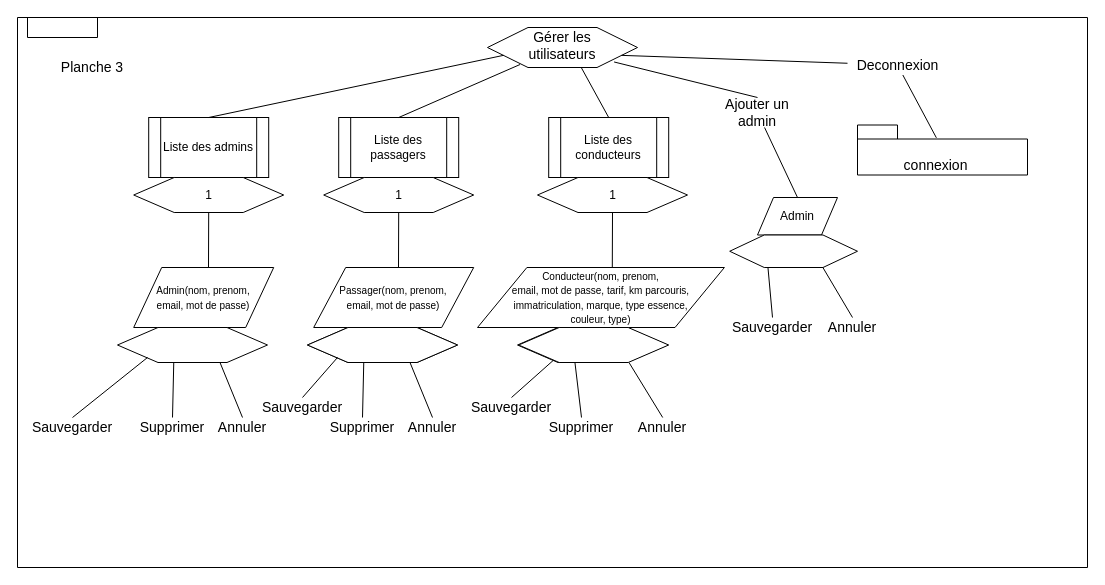
Earlier version of the draw.io diagram gestion_de_projet/sni/Page-admin.drawio (mboultoureau/utaxi). Source tidied: cells renumbered, new cells numbered last; positions are measured from the earlier drawing's top-left corner, leaving out a move shared by most shapes. Both pictures are drawn from the tidied source at 100%, with x=0, y=0 at pixel (17, 17).
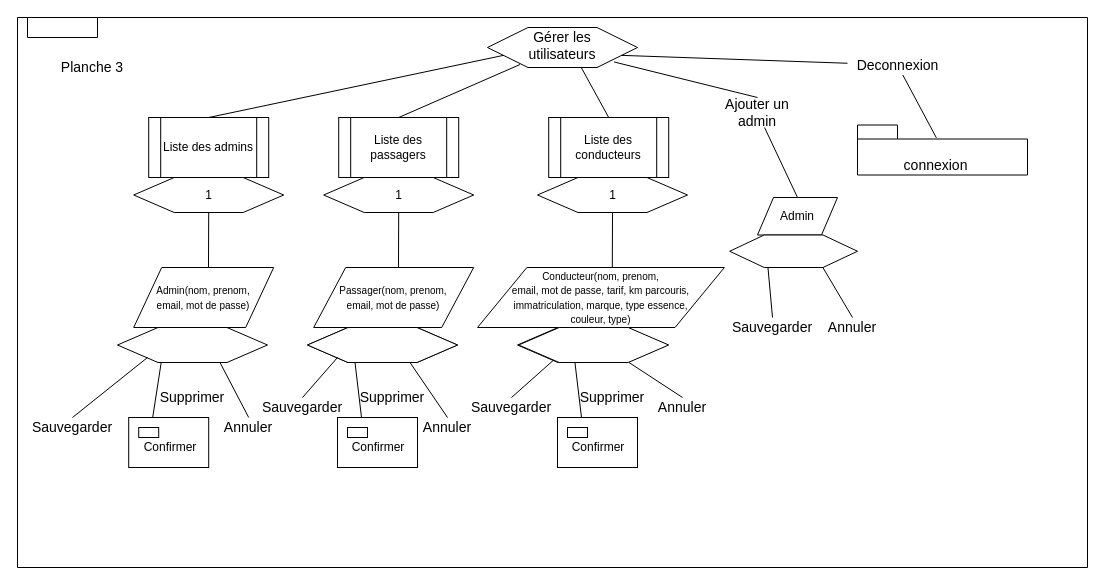
The same diagram, later.

Commit message:
mise a jour du sni page admin

Unchanged cells that the change refers to:
```xml
<mxCell id="21" style="verticalLabelPosition=bottom;verticalAlign=top;html=1;shape=hexagon;perimeter=hexagonPerimeter2;arcSize=6;size=0.27;" parent="20" vertex="1">
  <mxGeometry width="150" height="35" as="geometry" />
</mxCell>
<mxCell id="25" style="verticalLabelPosition=bottom;verticalAlign=top;html=1;shape=hexagon;perimeter=hexagonPerimeter2;arcSize=6;size=0.27;" parent="24" vertex="1">
  <mxGeometry width="150" height="35" as="geometry" />
</mxCell>
<mxCell id="32" style="group;" parent="1" vertex="1">
  <mxGeometry x="500" y="310" width="180.2" height="110" as="geometry" />
</mxCell>
<mxCell id="40" style="verticalLabelPosition=bottom;verticalAlign=top;html=1;shape=hexagon;perimeter=hexagonPerimeter2;arcSize=6;size=0.27;" parent="39" vertex="1">
  <mxGeometry width="150" height="35" as="geometry" />
</mxCell>
```

Change to the diagram source:
```diff
@@
     <mxCell id="22" style="group;" parent="1" vertex="1">
-      <mxGeometry x="290" y="310" width="171.2" height="110" as="geometry" />
+      <mxGeometry x="290" y="310" width="171.2" height="140" as="geometry" />
     </mxCell>
@@
-    <mxCell id="28" value="Supprimer" style="text;html=1;strokeColor=none;fillColor=none;align=center;verticalAlign=middle;whiteSpace=wrap;rounded=0;fontSize=14;" parent="22" vertex="1">
-      <mxGeometry x="20" y="90" width="70" height="20" as="geometry" />
-    </mxCell>
     <mxCell id="29" value="Annuler" style="text;html=1;strokeColor=none;fillColor=none;align=center;verticalAlign=middle;whiteSpace=wrap;rounded=0;fontSize=14;" parent="22" vertex="1">
-      <mxGeometry x="90" y="90" width="70" height="20" as="geometry" />
+      <mxGeometry x="105" y="90" width="70" height="20" as="geometry" />
     </mxCell>
-    <mxCell id="30" style="endArrow=none;html=1;exitX=0.5;exitY=0;exitDx=0;exitDy=0;entryX=0.375;entryY=1;entryDx=0;entryDy=0;" parent="22" edge="1" source="28" target="25">
-      <mxGeometry relative="1" as="geometry" />
-    </mxCell>
@@
+    <mxCell id="68" value="Supprimer" style="text;html=1;strokeColor=none;fillColor=none;align=center;verticalAlign=middle;whiteSpace=wrap;rounded=0;fontSize=14;" parent="22" vertex="1">
+      <mxGeometry x="50" y="60" width="70" height="20" as="geometry" />
+    </mxCell>
+    <mxCell id="69" style="endArrow=none;html=1;entryX=0.375;entryY=1;entryDx=0;entryDy=0;" parent="22" edge="1">
+      <mxGeometry relative="1" as="geometry">
+        <mxPoint x="54" y="90" as="sourcePoint" />
+        <mxPoint x="47.5" y="35" as="targetPoint" />
+      </mxGeometry>
+    </mxCell>
+    <mxCell id="70" style="rounded=0;whiteSpace=wrap;html=1;" parent="22" vertex="1">
+      <mxGeometry x="30" y="90" width="80" height="50" as="geometry" />
+    </mxCell>
+    <mxCell id="71" style="rounded=0;whiteSpace=wrap;html=1;" parent="22" vertex="1">
+      <mxGeometry x="40" y="100" width="20" height="10" as="geometry" />
+    </mxCell>
+    <mxCell id="72" value="Confirmer" style="text;html=1;strokeColor=none;fillColor=none;align=center;verticalAlign=middle;whiteSpace=wrap;rounded=0;" parent="22" vertex="1">
+      <mxGeometry x="51.2" y="110" width="40" height="20" as="geometry" />
+    </mxCell>
@@
-    <mxCell id="35" value="Supprimer" style="text;html=1;strokeColor=none;fillColor=none;align=center;verticalAlign=middle;whiteSpace=wrap;rounded=0;fontSize=14;" parent="32" vertex="1">
-      <mxGeometry x="29" y="90" width="70" height="20" as="geometry" />
-    </mxCell>
     <mxCell id="36" value="Annuler" style="text;html=1;strokeColor=none;fillColor=none;align=center;verticalAlign=middle;whiteSpace=wrap;rounded=0;fontSize=14;" parent="32" vertex="1">
-      <mxGeometry x="110.2" y="90" width="70" height="20" as="geometry" />
+      <mxGeometry x="130" y="70" width="70" height="20" as="geometry" />
     </mxCell>
-    <mxCell id="37" style="endArrow=none;html=1;exitX=0.5;exitY=0;exitDx=0;exitDy=0;entryX=0.375;entryY=1;entryDx=0;entryDy=0;" parent="32" edge="1" source="35" target="40">
-      <mxGeometry relative="1" as="geometry" />
-    </mxCell>
@@
-    <mxCell id="43" value="Supprimer" style="text;html=1;strokeColor=none;fillColor=none;align=center;verticalAlign=middle;whiteSpace=wrap;rounded=0;fontSize=14;" parent="1" vertex="1">
-      <mxGeometry x="120" y="400" width="70" height="20" as="geometry" />
-    </mxCell>
-    <mxCell id="44" style="endArrow=none;html=1;exitX=0.5;exitY=0;exitDx=0;exitDy=0;entryX=0.375;entryY=1;entryDx=0;entryDy=0;" parent="1" edge="1" source="43" target="21">
-      <mxGeometry relative="1" as="geometry" />
-    </mxCell>
@@
     <mxCell id="46" value="Annuler" style="text;html=1;strokeColor=none;fillColor=none;align=center;verticalAlign=middle;whiteSpace=wrap;rounded=0;fontSize=14;" parent="1" vertex="1">
-      <mxGeometry x="190" y="400" width="70" height="20" as="geometry" />
+      <mxGeometry x="196.2" y="400" width="70" height="20" as="geometry" />
     </mxCell>
@@
+    <mxCell id="35" value="Supprimer" style="text;html=1;strokeColor=none;fillColor=none;align=center;verticalAlign=middle;whiteSpace=wrap;rounded=0;fontSize=14;" parent="1" vertex="1">
+      <mxGeometry x="560" y="370" width="70" height="20" as="geometry" />
+    </mxCell>
+    <mxCell id="37" style="endArrow=none;html=1;entryX=0.375;entryY=1;entryDx=0;entryDy=0;" parent="1" edge="1" target="40">
+      <mxGeometry relative="1" as="geometry">
+        <mxPoint x="564" y="400" as="sourcePoint" />
+      </mxGeometry>
+    </mxCell>
+    <mxCell id="73" style="rounded=0;whiteSpace=wrap;html=1;" parent="1" vertex="1">
+      <mxGeometry x="540" y="400" width="80" height="50" as="geometry" />
+    </mxCell>
+    <mxCell id="74" style="rounded=0;whiteSpace=wrap;html=1;" parent="1" vertex="1">
+      <mxGeometry x="550" y="410" width="20" height="10" as="geometry" />
+    </mxCell>
+    <mxCell id="75" value="Confirmer" style="text;html=1;strokeColor=none;fillColor=none;align=center;verticalAlign=middle;whiteSpace=wrap;rounded=0;" parent="1" vertex="1">
+      <mxGeometry x="561.2" y="420" width="40" height="20" as="geometry" />
+    </mxCell>
+    <mxCell id="76" value="Supprimer" style="text;html=1;strokeColor=none;fillColor=none;align=center;verticalAlign=middle;whiteSpace=wrap;rounded=0;fontSize=14;" parent="1" vertex="1">
+      <mxGeometry x="140" y="370" width="70" height="20" as="geometry" />
+    </mxCell>
+    <mxCell id="77" style="endArrow=none;html=1;entryX=0.291;entryY=1.01;entryDx=0;entryDy=0;entryPerimeter=0;" parent="1" edge="1" target="21">
+      <mxGeometry relative="1" as="geometry">
+        <mxPoint x="135.2" y="400" as="sourcePoint" />
+      </mxGeometry>
+    </mxCell>
+    <mxCell id="78" style="rounded=0;whiteSpace=wrap;html=1;" parent="1" vertex="1">
+      <mxGeometry x="111.2" y="400" width="80" height="50" as="geometry" />
+    </mxCell>
+    <mxCell id="79" style="rounded=0;whiteSpace=wrap;html=1;" parent="1" vertex="1">
+      <mxGeometry x="121.2" y="410" width="20" height="10" as="geometry" />
+    </mxCell>
+    <mxCell id="80" value="Confirmer" style="text;html=1;strokeColor=none;fillColor=none;align=center;verticalAlign=middle;whiteSpace=wrap;rounded=0;" parent="1" vertex="1">
+      <mxGeometry x="132.5" y="420" width="40" height="20" as="geometry" />
+    </mxCell>
```
